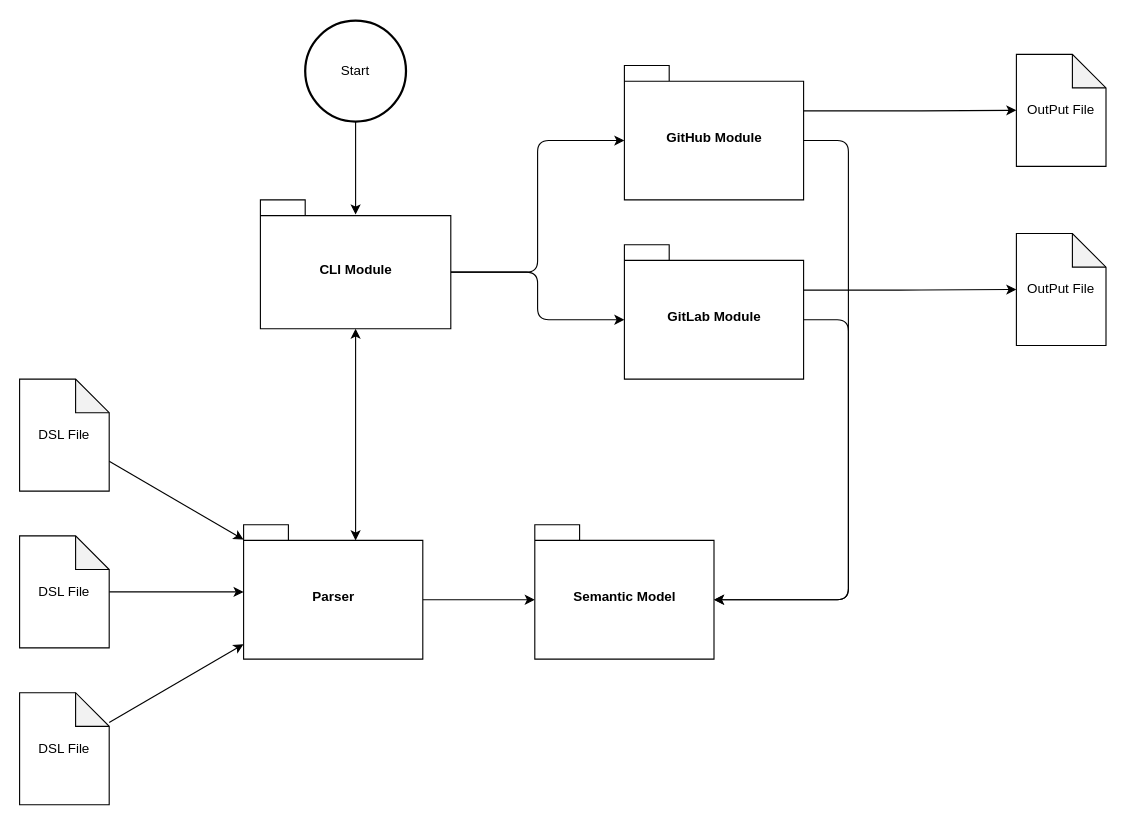
Before: page "SystemOverview" (1 of 5) of documentation/diagrams/SystemOverview.drawio in Tobiaskr12/SingularCI, a draw.io diagram. Source tidied: cells renumbered, new cells numbered last; positions are measured from the earlier drawing's top-left corner, leaving out a move shared by most shapes. Both pictures are drawn from the tidied source at 112%, with x=0, y=0 at pixel (19, 20).
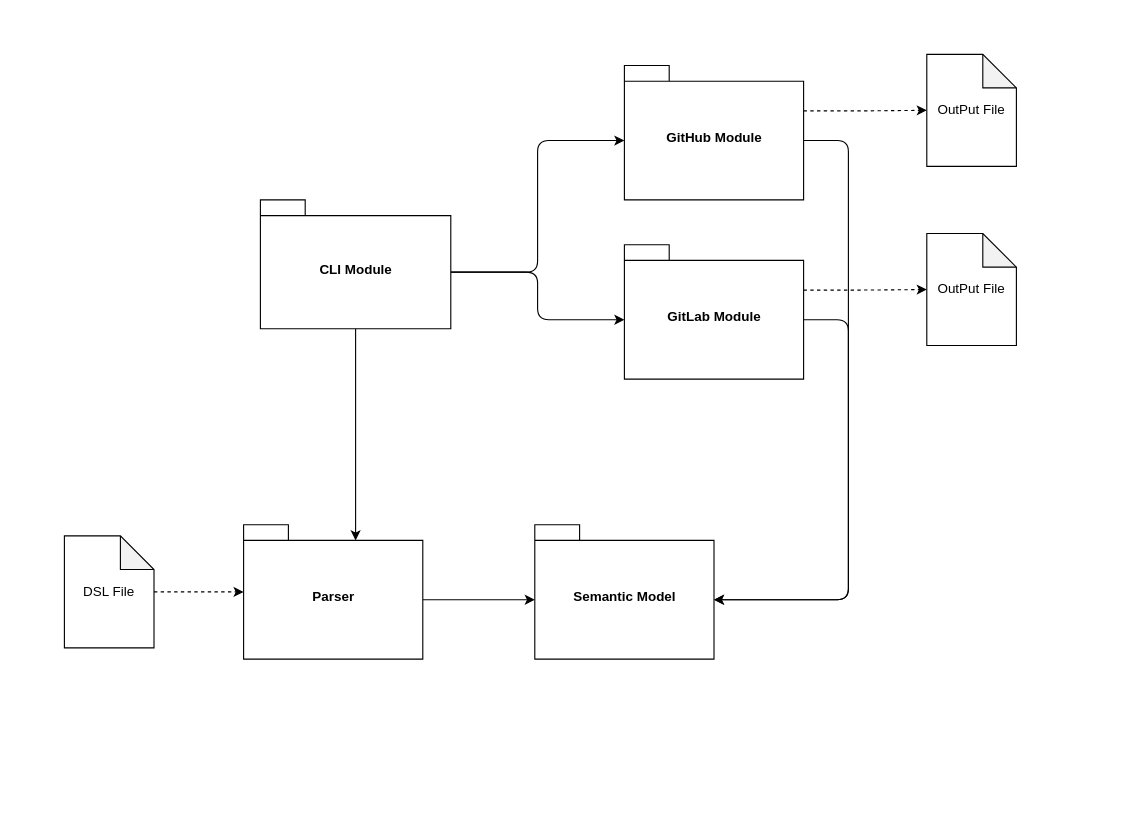
The same diagram, later.

Unchanged cells that the change refers to:
```xml
<mxCell id="5" value="CLI Module" style="shape=folder;fontStyle=1;spacingTop=10;tabWidth=40;tabHeight=14;tabPosition=left;html=1;" parent="1" vertex="1">
  <mxGeometry x="215" y="160" width="170" height="115" as="geometry" />
</mxCell>
<mxCell id="7" value="Parser" style="shape=folder;fontStyle=1;spacingTop=10;tabWidth=40;tabHeight=14;tabPosition=left;html=1;" parent="1" vertex="1">
  <mxGeometry x="200" y="450" width="160" height="120" as="geometry" />
</mxCell>
<mxCell id="11" value="GitHub Module" style="shape=folder;fontStyle=1;spacingTop=10;tabWidth=40;tabHeight=14;tabPosition=left;html=1;" parent="1" vertex="1">
  <mxGeometry x="540" y="40" width="160" height="120" as="geometry" />
</mxCell>
<mxCell id="14" value="GitLab Module" style="shape=folder;fontStyle=1;spacingTop=10;tabWidth=40;tabHeight=14;tabPosition=left;html=1;" parent="1" vertex="1">
  <mxGeometry x="540" y="200" width="160" height="120" as="geometry" />
</mxCell>
```

The edit, as a diff of the source:
```diff
@@
-    <mxCell id="2" style="edgeStyle=none;html=1;exitX=0.5;exitY=1;exitDx=0;exitDy=0;exitPerimeter=0;entryX=0;entryY=0;entryDx=100;entryDy=14;entryPerimeter=0;startArrow=classic;startFill=1;" parent="1" edge="1" source="5" target="7">
+    <mxCell id="2" style="edgeStyle=none;html=1;exitX=0.5;exitY=1;exitDx=0;exitDy=0;exitPerimeter=0;entryX=0;entryY=0;entryDx=100;entryDy=14;entryPerimeter=0;startArrow=none;startFill=0;" parent="1" edge="1" source="5" target="7">
       <mxGeometry relative="1" as="geometry" />
     </mxCell>
@@
-    <mxCell id="10" style="edgeStyle=orthogonalEdgeStyle;html=1;exitX=0;exitY=0;exitDx=160;exitDy=40.5;exitPerimeter=0;entryX=0;entryY=0.5;entryDx=0;entryDy=0;entryPerimeter=0;startArrow=none;startFill=0;endArrow=classic;endFill=1;" parent="1" edge="1" source="11" target="22">
+    <mxCell id="10" style="edgeStyle=orthogonalEdgeStyle;html=1;exitX=0;exitY=0;exitDx=160;exitDy=40.5;exitPerimeter=0;entryX=0;entryY=0.5;entryDx=0;entryDy=0;entryPerimeter=0;startArrow=none;startFill=0;endArrow=classic;endFill=1;dashed=1;" parent="1" edge="1" source="11" target="22">
       <mxGeometry relative="1" as="geometry" />
     </mxCell>
@@
-    <mxCell id="13" style="edgeStyle=orthogonalEdgeStyle;html=1;exitX=0;exitY=0;exitDx=160;exitDy=40.5;exitPerimeter=0;entryX=0;entryY=0.5;entryDx=0;entryDy=0;entryPerimeter=0;startArrow=none;startFill=0;endArrow=classic;endFill=1;" parent="1" edge="1" source="14" target="21">
+    <mxCell id="13" style="edgeStyle=orthogonalEdgeStyle;html=1;exitX=0;exitY=0;exitDx=160;exitDy=40.5;exitPerimeter=0;entryX=0;entryY=0.5;entryDx=0;entryDy=0;entryPerimeter=0;startArrow=none;startFill=0;endArrow=classic;endFill=1;dashed=1;" parent="1" edge="1" source="14" target="21">
       <mxGeometry relative="1" as="geometry" />
     </mxCell>
@@
-    <mxCell id="15" style="edgeStyle=none;html=1;" parent="1" edge="1" source="16" target="7">
-      <mxGeometry relative="1" as="geometry" />
-    </mxCell>
-    <mxCell id="16" value="DSL File" style="shape=note;whiteSpace=wrap;html=1;backgroundOutline=1;darkOpacity=0.05;" parent="1" vertex="1">
-      <mxGeometry y="320" width="80" height="100" as="geometry" />
-    </mxCell>
-    <mxCell id="17" style="edgeStyle=none;html=1;" parent="1" edge="1" source="18" target="7">
+    <mxCell id="17" style="edgeStyle=none;html=1;dashed=1;" parent="1" edge="1" source="18" target="7">
       <mxGeometry relative="1" as="geometry" />
     </mxCell>
     <mxCell id="18" value="DSL File" style="shape=note;whiteSpace=wrap;html=1;backgroundOutline=1;darkOpacity=0.05;" parent="1" vertex="1">
-      <mxGeometry y="460" width="80" height="100" as="geometry" />
+      <mxGeometry x="40" y="460" width="80" height="100" as="geometry" />
     </mxCell>
-    <mxCell id="19" style="edgeStyle=none;html=1;" parent="1" edge="1" source="20" target="7">
-      <mxGeometry relative="1" as="geometry" />
-    </mxCell>
-    <mxCell id="20" value="DSL File" style="shape=note;whiteSpace=wrap;html=1;backgroundOutline=1;darkOpacity=0.05;" parent="1" vertex="1">
-      <mxGeometry y="600" width="80" height="100" as="geometry" />
-    </mxCell>
     <mxCell id="21" value="OutPut File" style="shape=note;whiteSpace=wrap;html=1;backgroundOutline=1;darkOpacity=0.05;" parent="1" vertex="1">
-      <mxGeometry x="890" y="190" width="80" height="100" as="geometry" />
+      <mxGeometry x="810" y="190" width="80" height="100" as="geometry" />
     </mxCell>
     <mxCell id="22" value="OutPut File" style="shape=note;whiteSpace=wrap;html=1;backgroundOutline=1;darkOpacity=0.05;" parent="1" vertex="1">
-      <mxGeometry x="890" y="30" width="80" height="100" as="geometry" />
+      <mxGeometry x="810" y="30" width="80" height="100" as="geometry" />
     </mxCell>
-    <mxCell id="23" style="edgeStyle=orthogonalEdgeStyle;html=1;exitX=0.5;exitY=1;exitDx=0;exitDy=0;exitPerimeter=0;entryX=0.5;entryY=0.113;entryDx=0;entryDy=0;entryPerimeter=0;startArrow=none;startFill=0;endArrow=classic;endFill=1;" parent="1" edge="1" source="24" target="5">
-      <mxGeometry relative="1" as="geometry" />
-    </mxCell>
-    <mxCell id="24" value="Start" style="strokeWidth=2;html=1;shape=mxgraph.flowchart.start_2;whiteSpace=wrap;" parent="1" vertex="1">
-      <mxGeometry x="255" width="90" height="90" as="geometry" />
-    </mxCell>
```
